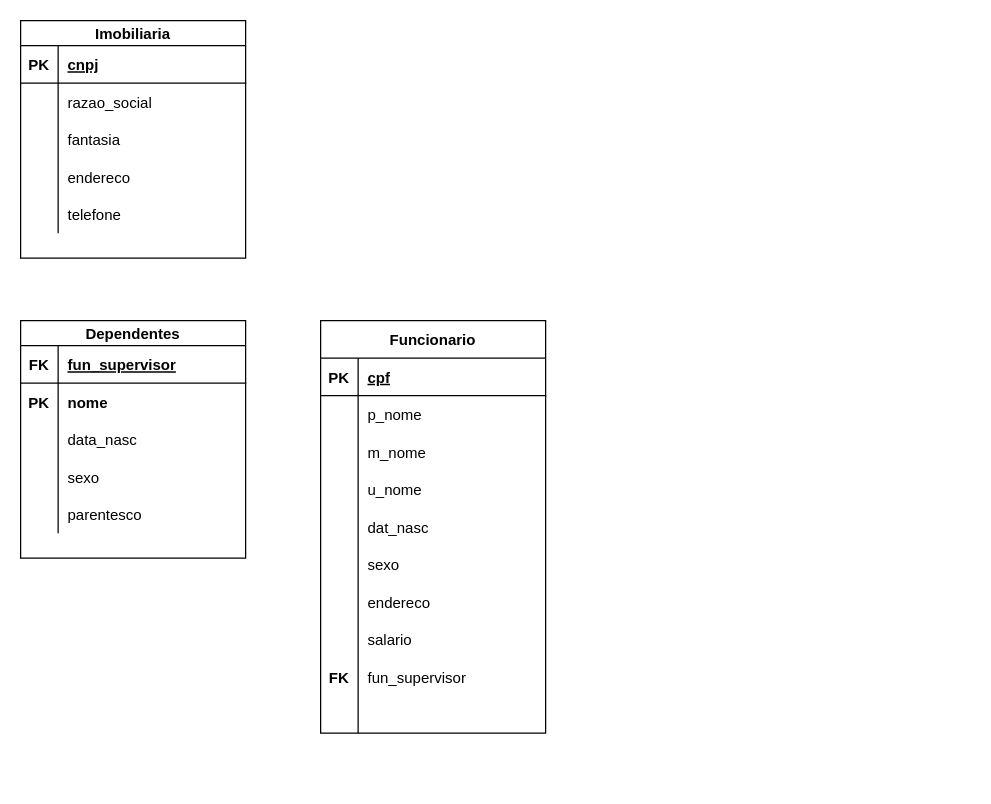
This is Trabalho_BD_MER.drawio from felipe-sartes/felipemelo, a draw.io file, before an edit. Source tidied: cells renumbered, new cells numbered last; positions are measured from the earlier drawing's top-left corner, leaving out a move shared by most shapes. Both pictures are drawn from the tidied source at 125%, with x=0, y=0 at pixel (20, 20).
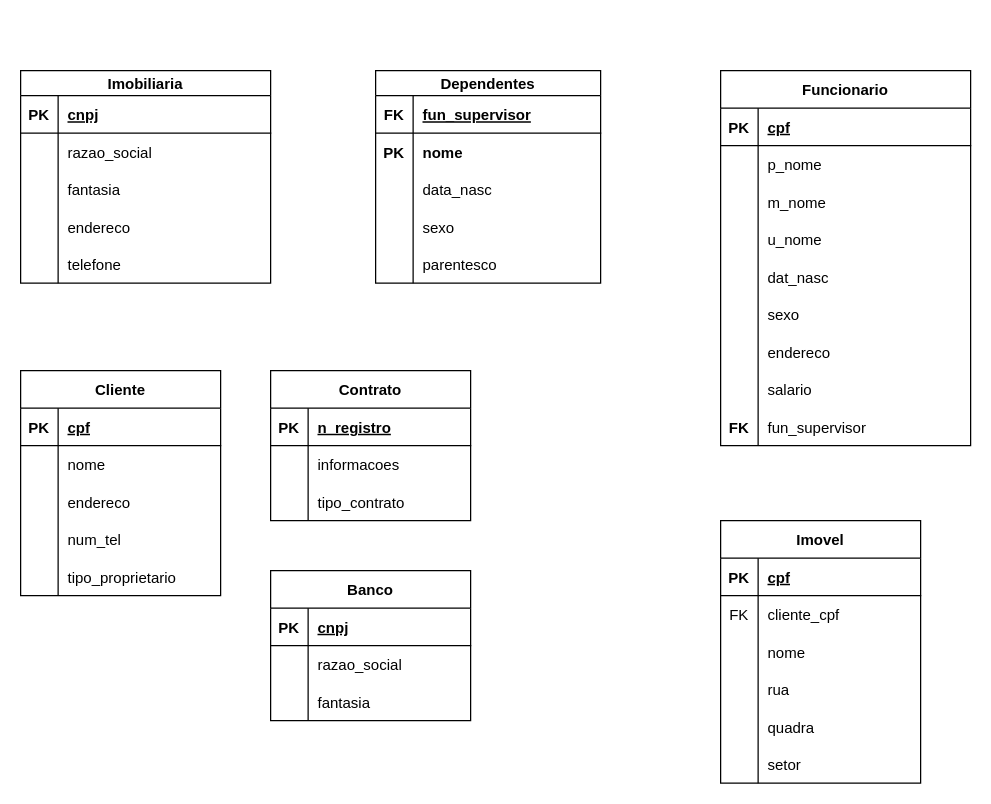
After the change.

The edit, as a diff of the source:
```diff
@@
     <mxCell id="2" value="Imobiliaria" style="shape=table;startSize=20;childLayout=tableLayout;rowLines=0;fontStyle=1;align=center;" parent="1" vertex="1">
-      <mxGeometry width="180" height="190" as="geometry" />
+      <mxGeometry y="40" width="200" height="170" as="geometry" />
     </mxCell>
     <mxCell id="3" style="shape=partialRectangle;fillColor=none;top=0;left=0;bottom=1;right=0;" parent="2" vertex="1">
-      <mxGeometry y="20" width="180" height="30" as="geometry" />
+      <mxGeometry y="20" width="200" height="30" as="geometry" />
     </mxCell>
@@
     <mxCell id="5" value="cnpj" style="shape=partialRectangle;fillColor=none;top=0;left=0;bottom=0;right=0;align=left;spacingLeft=6;fontStyle=5;overflow=hidden;" parent="3" vertex="1">
-      <mxGeometry x="30" width="150" height="30" as="geometry" />
+      <mxGeometry x="30" width="170" height="30" as="geometry" />
     </mxCell>
     <mxCell id="6" style="shape=partialRectangle;fillColor=none;top=0;left=0;bottom=0;right=0;" parent="2" vertex="1">
-      <mxGeometry y="50" width="180" height="30" as="geometry" />
+      <mxGeometry y="50" width="200" height="30" as="geometry" />
     </mxCell>
@@
     <mxCell id="8" value="razao_social" style="shape=partialRectangle;fillColor=none;top=0;left=0;bottom=0;right=0;align=left;spacingLeft=6;overflow=hidden;" parent="6" vertex="1">
-      <mxGeometry x="30" width="150" height="30" as="geometry" />
+      <mxGeometry x="30" width="170" height="30" as="geometry" />
     </mxCell>
     <mxCell id="9" style="shape=partialRectangle;fillColor=none;top=0;left=0;bottom=0;right=0;" parent="2" vertex="1">
-      <mxGeometry y="80" width="180" height="30" as="geometry" />
+      <mxGeometry y="80" width="200" height="30" as="geometry" />
     </mxCell>
@@
     <mxCell id="11" value="fantasia" style="shape=partialRectangle;fillColor=none;top=0;left=0;bottom=0;right=0;align=left;spacingLeft=6;overflow=hidden;" parent="9" vertex="1">
-      <mxGeometry x="30" width="150" height="30" as="geometry" />
+      <mxGeometry x="30" width="170" height="30" as="geometry" />
     </mxCell>
     <mxCell id="12" style="shape=partialRectangle;fillColor=none;top=0;left=0;bottom=0;right=0;" parent="2" vertex="1">
-      <mxGeometry y="110" width="180" height="30" as="geometry" />
+      <mxGeometry y="110" width="200" height="30" as="geometry" />
     </mxCell>
@@
     <mxCell id="14" value="endereco" style="shape=partialRectangle;fillColor=none;top=0;left=0;bottom=0;right=0;align=left;spacingLeft=6;overflow=hidden;" parent="12" vertex="1">
-      <mxGeometry x="30" width="150" height="30" as="geometry" />
+      <mxGeometry x="30" width="170" height="30" as="geometry" />
     </mxCell>
     <mxCell id="15" style="shape=partialRectangle;fillColor=none;top=0;left=0;bottom=0;right=0;" parent="2" vertex="1">
-      <mxGeometry y="140" width="180" height="30" as="geometry" />
+      <mxGeometry y="140" width="200" height="30" as="geometry" />
     </mxCell>
@@
     <mxCell id="17" value="telefone" style="shape=partialRectangle;fillColor=none;top=0;left=0;bottom=0;right=0;align=left;spacingLeft=6;overflow=hidden;" parent="15" vertex="1">
-      <mxGeometry x="30" width="150" height="30" as="geometry" />
+      <mxGeometry x="30" width="170" height="30" as="geometry" />
     </mxCell>
     <mxCell id="18" value="Funcionario" style="shape=table;startSize=30;childLayout=tableLayout;rowLines=0;fontStyle=1;align=center;" parent="1" vertex="1">
-      <mxGeometry x="240" y="240" width="180" height="330" as="geometry" />
+      <mxGeometry x="560" y="40" width="200" height="300" as="geometry" />
     </mxCell>
     <mxCell id="19" style="shape=partialRectangle;fillColor=none;top=0;left=0;bottom=1;right=0;" parent="18" vertex="1">
-      <mxGeometry y="30" width="180" height="30" as="geometry" />
+      <mxGeometry y="30" width="200" height="30" as="geometry" />
     </mxCell>
@@
     <mxCell id="21" value="cpf" style="shape=partialRectangle;fillColor=none;top=0;left=0;bottom=0;right=0;align=left;spacingLeft=6;fontStyle=5;overflow=hidden;" parent="19" vertex="1">
-      <mxGeometry x="30" width="150" height="30" as="geometry" />
+      <mxGeometry x="30" width="170" height="30" as="geometry" />
     </mxCell>
     <mxCell id="22" style="shape=partialRectangle;fillColor=none;top=0;left=0;bottom=0;right=0;" parent="18" vertex="1">
-      <mxGeometry y="60" width="180" height="30" as="geometry" />
+      <mxGeometry y="60" width="200" height="30" as="geometry" />
     </mxCell>
@@
     <mxCell id="24" value="p_nome" style="shape=partialRectangle;fillColor=none;top=0;left=0;bottom=0;right=0;align=left;spacingLeft=6;overflow=hidden;" parent="22" vertex="1">
-      <mxGeometry x="30" width="150" height="30" as="geometry" />
+      <mxGeometry x="30" width="170" height="30" as="geometry" />
     </mxCell>
     <mxCell id="25" style="shape=partialRectangle;fillColor=none;top=0;left=0;bottom=0;right=0;" parent="18" vertex="1">
-      <mxGeometry y="90" width="180" height="30" as="geometry" />
+      <mxGeometry y="90" width="200" height="30" as="geometry" />
     </mxCell>
@@
     <mxCell id="27" value="m_nome" style="shape=partialRectangle;fillColor=none;top=0;left=0;bottom=0;right=0;align=left;spacingLeft=6;overflow=hidden;" parent="25" vertex="1">
-      <mxGeometry x="30" width="150" height="30" as="geometry" />
+      <mxGeometry x="30" width="170" height="30" as="geometry" />
     </mxCell>
     <mxCell id="28" style="shape=partialRectangle;fillColor=none;top=0;left=0;bottom=0;right=0;" parent="18" vertex="1">
-      <mxGeometry y="120" width="180" height="30" as="geometry" />
+      <mxGeometry y="120" width="200" height="30" as="geometry" />
     </mxCell>
@@
     <mxCell id="30" value="u_nome" style="shape=partialRectangle;fillColor=none;top=0;left=0;bottom=0;right=0;align=left;spacingLeft=6;overflow=hidden;" parent="28" vertex="1">
-      <mxGeometry x="30" width="150" height="30" as="geometry" />
+      <mxGeometry x="30" width="170" height="30" as="geometry" />
     </mxCell>
     <mxCell id="31" style="shape=partialRectangle;fillColor=none;top=0;left=0;bottom=0;right=0;" parent="18" vertex="1">
-      <mxGeometry y="150" width="180" height="30" as="geometry" />
+      <mxGeometry y="150" width="200" height="30" as="geometry" />
     </mxCell>
@@
     <mxCell id="33" value="dat_nasc" style="shape=partialRectangle;fillColor=none;top=0;left=0;bottom=0;right=0;align=left;spacingLeft=6;overflow=hidden;" parent="31" vertex="1">
-      <mxGeometry x="30" width="150" height="30" as="geometry" />
+      <mxGeometry x="30" width="170" height="30" as="geometry" />
     </mxCell>
     <mxCell id="34" style="shape=partialRectangle;fillColor=none;top=0;left=0;bottom=0;right=0;" parent="18" vertex="1">
-      <mxGeometry y="180" width="180" height="30" as="geometry" />
+      <mxGeometry y="180" width="200" height="30" as="geometry" />
     </mxCell>
@@
     <mxCell id="36" value="sexo" style="shape=partialRectangle;fillColor=none;top=0;left=0;bottom=0;right=0;align=left;spacingLeft=6;overflow=hidden;" parent="34" vertex="1">
-      <mxGeometry x="30" width="150" height="30" as="geometry" />
+      <mxGeometry x="30" width="170" height="30" as="geometry" />
     </mxCell>
     <mxCell id="37" style="shape=partialRectangle;fillColor=none;top=0;left=0;bottom=0;right=0;" parent="18" vertex="1">
-      <mxGeometry y="210" width="180" height="30" as="geometry" />
+      <mxGeometry y="210" width="200" height="30" as="geometry" />
     </mxCell>
@@
     <mxCell id="39" value="endereco" style="shape=partialRectangle;fillColor=none;top=0;left=0;bottom=0;right=0;align=left;spacingLeft=6;overflow=hidden;" parent="37" vertex="1">
-      <mxGeometry x="30" width="150" height="30" as="geometry" />
+      <mxGeometry x="30" width="170" height="30" as="geometry" />
     </mxCell>
     <mxCell id="40" style="shape=partialRectangle;fillColor=none;top=0;left=0;bottom=0;right=0;" parent="18" vertex="1">
-      <mxGeometry y="240" width="180" height="30" as="geometry" />
+      <mxGeometry y="240" width="200" height="30" as="geometry" />
     </mxCell>
@@
     <mxCell id="42" value="salario" style="shape=partialRectangle;fillColor=none;top=0;left=0;bottom=0;right=0;align=left;spacingLeft=6;overflow=hidden;" parent="40" vertex="1">
-      <mxGeometry x="30" width="150" height="30" as="geometry" />
+      <mxGeometry x="30" width="170" height="30" as="geometry" />
     </mxCell>
     <mxCell id="43" style="shape=partialRectangle;fillColor=none;top=0;left=0;bottom=0;right=0;" parent="18" vertex="1">
-      <mxGeometry y="270" width="180" height="30" as="geometry" />
+      <mxGeometry y="270" width="200" height="30" as="geometry" />
     </mxCell>
@@
     <mxCell id="45" value="fun_supervisor" style="shape=partialRectangle;fillColor=none;top=0;left=0;bottom=0;right=0;align=left;spacingLeft=6;overflow=hidden;" parent="43" vertex="1">
-      <mxGeometry x="30" width="150" height="30" as="geometry" />
+      <mxGeometry x="30" width="170" height="30" as="geometry" />
     </mxCell>
-    <mxCell id="46" style="shape=partialRectangle;fillColor=none;top=0;left=0;bottom=0;right=0;" parent="18" vertex="1">
-      <mxGeometry y="300" width="180" height="30" as="geometry" />
-    </mxCell>
-    <mxCell id="47" style="shape=partialRectangle;fillColor=none;top=0;left=0;bottom=0;right=0;overflow=hidden;" parent="46" vertex="1">
-      <mxGeometry width="30" height="30" as="geometry" />
-    </mxCell>
-    <mxCell id="48" style="shape=partialRectangle;fillColor=none;top=0;left=0;bottom=0;right=0;align=left;spacingLeft=6;overflow=hidden;" parent="46" vertex="1">
-      <mxGeometry x="30" width="150" height="30" as="geometry" />
-    </mxCell>
     <mxCell id="49" value="Dependentes" style="shape=table;startSize=20;childLayout=tableLayout;rowLines=0;fontStyle=1;align=center;" parent="1" vertex="1">
-      <mxGeometry y="240" width="180" height="190" as="geometry" />
+      <mxGeometry x="284" y="40" width="180" height="170" as="geometry" />
     </mxCell>
@@
+    <mxCell id="65" value="Cliente" style="shape=table;startSize=30;childLayout=tableLayout;rowLines=0;fontStyle=1;align=center;" parent="1" vertex="1">
+      <mxGeometry y="280" width="160" height="180" as="geometry" />
+    </mxCell>
+    <mxCell id="66" style="shape=partialRectangle;fillColor=none;top=0;left=0;bottom=1;right=0;" parent="65" vertex="1">
+      <mxGeometry y="30" width="160" height="30" as="geometry" />
+    </mxCell>
+    <mxCell id="67" value="PK" style="shape=partialRectangle;fillColor=none;top=0;left=0;bottom=0;right=0;fontStyle=1;overflow=hidden;" parent="66" vertex="1">
+      <mxGeometry width="30" height="30" as="geometry" />
+    </mxCell>
+    <mxCell id="68" value="cpf" style="shape=partialRectangle;fillColor=none;top=0;left=0;bottom=0;right=0;align=left;spacingLeft=6;fontStyle=5;overflow=hidden;" parent="66" vertex="1">
+      <mxGeometry x="30" width="130" height="30" as="geometry" />
+    </mxCell>
+    <mxCell id="69" style="shape=partialRectangle;fillColor=none;top=0;left=0;bottom=0;right=0;" parent="65" vertex="1">
+      <mxGeometry y="60" width="160" height="30" as="geometry" />
+    </mxCell>
+    <mxCell id="70" style="shape=partialRectangle;fillColor=none;top=0;left=0;bottom=0;right=0;overflow=hidden;" parent="69" vertex="1">
+      <mxGeometry width="30" height="30" as="geometry" />
+    </mxCell>
+    <mxCell id="71" value="nome" style="shape=partialRectangle;fillColor=none;top=0;left=0;bottom=0;right=0;align=left;spacingLeft=6;overflow=hidden;" parent="69" vertex="1">
+      <mxGeometry x="30" width="130" height="30" as="geometry" />
+    </mxCell>
+    <mxCell id="72" style="shape=partialRectangle;fillColor=none;top=0;left=0;bottom=0;right=0;" parent="65" vertex="1">
+      <mxGeometry y="90" width="160" height="30" as="geometry" />
+    </mxCell>
+    <mxCell id="73" style="shape=partialRectangle;fillColor=none;top=0;left=0;bottom=0;right=0;overflow=hidden;" parent="72" vertex="1">
+      <mxGeometry width="30" height="30" as="geometry" />
+    </mxCell>
+    <mxCell id="74" value="endereco" style="shape=partialRectangle;fillColor=none;top=0;left=0;bottom=0;right=0;align=left;spacingLeft=6;overflow=hidden;" parent="72" vertex="1">
+      <mxGeometry x="30" width="130" height="30" as="geometry" />
+    </mxCell>
+    <mxCell id="75" style="shape=partialRectangle;fillColor=none;top=0;left=0;bottom=0;right=0;" parent="65" vertex="1">
+      <mxGeometry y="120" width="160" height="30" as="geometry" />
+    </mxCell>
+    <mxCell id="76" style="shape=partialRectangle;fillColor=none;top=0;left=0;bottom=0;right=0;overflow=hidden;" parent="75" vertex="1">
+      <mxGeometry width="30" height="30" as="geometry" />
+    </mxCell>
+    <mxCell id="77" value="num_tel" style="shape=partialRectangle;fillColor=none;top=0;left=0;bottom=0;right=0;align=left;spacingLeft=6;overflow=hidden;" parent="75" vertex="1">
+      <mxGeometry x="30" width="130" height="30" as="geometry" />
+    </mxCell>
+    <mxCell id="78" style="shape=partialRectangle;fillColor=none;top=0;left=0;bottom=0;right=0;" parent="65" vertex="1">
+      <mxGeometry y="150" width="160" height="30" as="geometry" />
+    </mxCell>
+    <mxCell id="79" style="shape=partialRectangle;fillColor=none;top=0;left=0;bottom=0;right=0;overflow=hidden;" parent="78" vertex="1">
+      <mxGeometry width="30" height="30" as="geometry" />
+    </mxCell>
+    <mxCell id="80" value="tipo_proprietario" style="shape=partialRectangle;fillColor=none;top=0;left=0;bottom=0;right=0;align=left;spacingLeft=6;overflow=hidden;" parent="78" vertex="1">
+      <mxGeometry x="30" width="130" height="30" as="geometry" />
+    </mxCell>
+    <mxCell id="81" value="Contrato" style="shape=table;startSize=30;childLayout=tableLayout;rowLines=0;fontStyle=1;align=center;" parent="1" vertex="1">
+      <mxGeometry x="200" y="280" width="160" height="120" as="geometry" />
+    </mxCell>
+    <mxCell id="82" style="shape=partialRectangle;fillColor=none;top=0;left=0;bottom=1;right=0;" parent="81" vertex="1">
+      <mxGeometry y="30" width="160" height="30" as="geometry" />
+    </mxCell>
+    <mxCell id="83" value="PK" style="shape=partialRectangle;fillColor=none;top=0;left=0;bottom=0;right=0;fontStyle=1;overflow=hidden;" parent="82" vertex="1">
+      <mxGeometry width="30" height="30" as="geometry" />
+    </mxCell>
+    <mxCell id="84" value="n_registro" style="shape=partialRectangle;fillColor=none;top=0;left=0;bottom=0;right=0;align=left;spacingLeft=6;fontStyle=5;overflow=hidden;" parent="82" vertex="1">
+      <mxGeometry x="30" width="130" height="30" as="geometry" />
+    </mxCell>
+    <mxCell id="85" style="shape=partialRectangle;fillColor=none;top=0;left=0;bottom=0;right=0;" parent="81" vertex="1">
+      <mxGeometry y="60" width="160" height="30" as="geometry" />
+    </mxCell>
+    <mxCell id="86" style="shape=partialRectangle;fillColor=none;top=0;left=0;bottom=0;right=0;overflow=hidden;" parent="85" vertex="1">
+      <mxGeometry width="30" height="30" as="geometry" />
+    </mxCell>
+    <mxCell id="87" value="informacoes" style="shape=partialRectangle;fillColor=none;top=0;left=0;bottom=0;right=0;align=left;spacingLeft=6;overflow=hidden;" parent="85" vertex="1">
+      <mxGeometry x="30" width="130" height="30" as="geometry" />
+    </mxCell>
+    <mxCell id="88" style="shape=partialRectangle;fillColor=none;top=0;left=0;bottom=0;right=0;" parent="81" vertex="1">
+      <mxGeometry y="90" width="160" height="30" as="geometry" />
+    </mxCell>
+    <mxCell id="89" style="shape=partialRectangle;fillColor=none;top=0;left=0;bottom=0;right=0;overflow=hidden;" parent="88" vertex="1">
+      <mxGeometry width="30" height="30" as="geometry" />
+    </mxCell>
+    <mxCell id="90" value="tipo_contrato" style="shape=partialRectangle;fillColor=none;top=0;left=0;bottom=0;right=0;align=left;spacingLeft=6;overflow=hidden;" parent="88" vertex="1">
+      <mxGeometry x="30" width="130" height="30" as="geometry" />
+    </mxCell>
+    <mxCell id="91" value="Banco" style="shape=table;startSize=30;childLayout=tableLayout;rowLines=0;fontStyle=1;align=center;" parent="1" vertex="1">
+      <mxGeometry x="200" y="440" width="160" height="120" as="geometry" />
+    </mxCell>
+    <mxCell id="92" style="shape=partialRectangle;fillColor=none;top=0;left=0;bottom=1;right=0;" parent="91" vertex="1">
+      <mxGeometry y="30" width="160" height="30" as="geometry" />
+    </mxCell>
+    <mxCell id="93" value="PK" style="shape=partialRectangle;fillColor=none;top=0;left=0;bottom=0;right=0;fontStyle=1;overflow=hidden;" parent="92" vertex="1">
+      <mxGeometry width="30" height="30" as="geometry" />
+    </mxCell>
+    <mxCell id="94" value="cnpj" style="shape=partialRectangle;fillColor=none;top=0;left=0;bottom=0;right=0;align=left;spacingLeft=6;fontStyle=5;overflow=hidden;" parent="92" vertex="1">
+      <mxGeometry x="30" width="130" height="30" as="geometry" />
+    </mxCell>
+    <mxCell id="95" style="shape=partialRectangle;fillColor=none;top=0;left=0;bottom=0;right=0;" parent="91" vertex="1">
+      <mxGeometry y="60" width="160" height="30" as="geometry" />
+    </mxCell>
+    <mxCell id="96" style="shape=partialRectangle;fillColor=none;top=0;left=0;bottom=0;right=0;overflow=hidden;" parent="95" vertex="1">
+      <mxGeometry width="30" height="30" as="geometry" />
+    </mxCell>
+    <mxCell id="97" value="razao_social" style="shape=partialRectangle;fillColor=none;top=0;left=0;bottom=0;right=0;align=left;spacingLeft=6;overflow=hidden;" parent="95" vertex="1">
+      <mxGeometry x="30" width="130" height="30" as="geometry" />
+    </mxCell>
+    <mxCell id="98" style="shape=partialRectangle;fillColor=none;top=0;left=0;bottom=0;right=0;" parent="91" vertex="1">
+      <mxGeometry y="90" width="160" height="30" as="geometry" />
+    </mxCell>
+    <mxCell id="99" style="shape=partialRectangle;fillColor=none;top=0;left=0;bottom=0;right=0;overflow=hidden;" parent="98" vertex="1">
+      <mxGeometry width="30" height="30" as="geometry" />
+    </mxCell>
+    <mxCell id="100" value="fantasia" style="shape=partialRectangle;fillColor=none;top=0;left=0;bottom=0;right=0;align=left;spacingLeft=6;overflow=hidden;" parent="98" vertex="1">
+      <mxGeometry x="30" width="130" height="30" as="geometry" />
+    </mxCell>
+    <mxCell id="101" value="Imovel" style="shape=table;startSize=30;childLayout=tableLayout;rowLines=0;fontStyle=1;align=center;" parent="1" vertex="1">
+      <mxGeometry x="560" y="400" width="160" height="210" as="geometry" />
+    </mxCell>
+    <mxCell id="102" style="shape=partialRectangle;fillColor=none;top=0;left=0;bottom=1;right=0;" parent="101" vertex="1">
+      <mxGeometry y="30" width="160" height="30" as="geometry" />
+    </mxCell>
+    <mxCell id="103" value="PK" style="shape=partialRectangle;fillColor=none;top=0;left=0;bottom=0;right=0;fontStyle=1;overflow=hidden;" parent="102" vertex="1">
+      <mxGeometry width="30" height="30" as="geometry" />
+    </mxCell>
+    <mxCell id="104" value="cpf" style="shape=partialRectangle;fillColor=none;top=0;left=0;bottom=0;right=0;align=left;spacingLeft=6;fontStyle=5;overflow=hidden;" parent="102" vertex="1">
+      <mxGeometry x="30" width="130" height="30" as="geometry" />
+    </mxCell>
+    <mxCell id="105" style="shape=partialRectangle;fillColor=none;top=0;left=0;bottom=0;right=0;" parent="101" vertex="1">
+      <mxGeometry y="60" width="160" height="30" as="geometry" />
+    </mxCell>
+    <mxCell id="106" value="FK" style="shape=partialRectangle;fillColor=none;top=0;left=0;bottom=0;right=0;overflow=hidden;" parent="105" vertex="1">
+      <mxGeometry width="30" height="30" as="geometry" />
+    </mxCell>
+    <mxCell id="107" value="cliente_cpf" style="shape=partialRectangle;fillColor=none;top=0;left=0;bottom=0;right=0;align=left;spacingLeft=6;overflow=hidden;" parent="105" vertex="1">
+      <mxGeometry x="30" width="130" height="30" as="geometry" />
+    </mxCell>
+    <mxCell id="108" style="shape=partialRectangle;fillColor=none;top=0;left=0;bottom=0;right=0;" parent="101" vertex="1">
+      <mxGeometry y="90" width="160" height="30" as="geometry" />
+    </mxCell>
+    <mxCell id="109" style="shape=partialRectangle;fillColor=none;top=0;left=0;bottom=0;right=0;overflow=hidden;" parent="108" vertex="1">
+      <mxGeometry width="30" height="30" as="geometry" />
+    </mxCell>
+    <mxCell id="110" value="nome" style="shape=partialRectangle;fillColor=none;top=0;left=0;bottom=0;right=0;align=left;spacingLeft=6;overflow=hidden;" parent="108" vertex="1">
+      <mxGeometry x="30" width="130" height="30" as="geometry" />
+    </mxCell>
+    <mxCell id="111" style="shape=partialRectangle;fillColor=none;top=0;left=0;bottom=0;right=0;" parent="101" vertex="1">
+      <mxGeometry y="120" width="160" height="30" as="geometry" />
+    </mxCell>
+    <mxCell id="112" style="shape=partialRectangle;fillColor=none;top=0;left=0;bottom=0;right=0;overflow=hidden;" parent="111" vertex="1">
+      <mxGeometry width="30" height="30" as="geometry" />
+    </mxCell>
+    <mxCell id="113" value="rua" style="shape=partialRectangle;fillColor=none;top=0;left=0;bottom=0;right=0;align=left;spacingLeft=6;overflow=hidden;" parent="111" vertex="1">
+      <mxGeometry x="30" width="130" height="30" as="geometry" />
+    </mxCell>
+    <mxCell id="114" style="shape=partialRectangle;fillColor=none;top=0;left=0;bottom=0;right=0;" parent="101" vertex="1">
+      <mxGeometry y="150" width="160" height="30" as="geometry" />
+    </mxCell>
+    <mxCell id="115" style="shape=partialRectangle;fillColor=none;top=0;left=0;bottom=0;right=0;overflow=hidden;" parent="114" vertex="1">
+      <mxGeometry width="30" height="30" as="geometry" />
+    </mxCell>
+    <mxCell id="116" value="quadra" style="shape=partialRectangle;fillColor=none;top=0;left=0;bottom=0;right=0;align=left;spacingLeft=6;overflow=hidden;" parent="114" vertex="1">
+      <mxGeometry x="30" width="130" height="30" as="geometry" />
+    </mxCell>
+    <mxCell id="117" style="shape=partialRectangle;fillColor=none;top=0;left=0;bottom=0;right=0;" parent="101" vertex="1">
+      <mxGeometry y="180" width="160" height="30" as="geometry" />
+    </mxCell>
+    <mxCell id="118" style="shape=partialRectangle;fillColor=none;top=0;left=0;bottom=0;right=0;overflow=hidden;" parent="117" vertex="1">
+      <mxGeometry width="30" height="30" as="geometry" />
+    </mxCell>
+    <mxCell id="119" value="setor" style="shape=partialRectangle;fillColor=none;top=0;left=0;bottom=0;right=0;align=left;spacingLeft=6;overflow=hidden;" parent="117" vertex="1">
+      <mxGeometry x="30" width="130" height="30" as="geometry" />
+    </mxCell>
```
